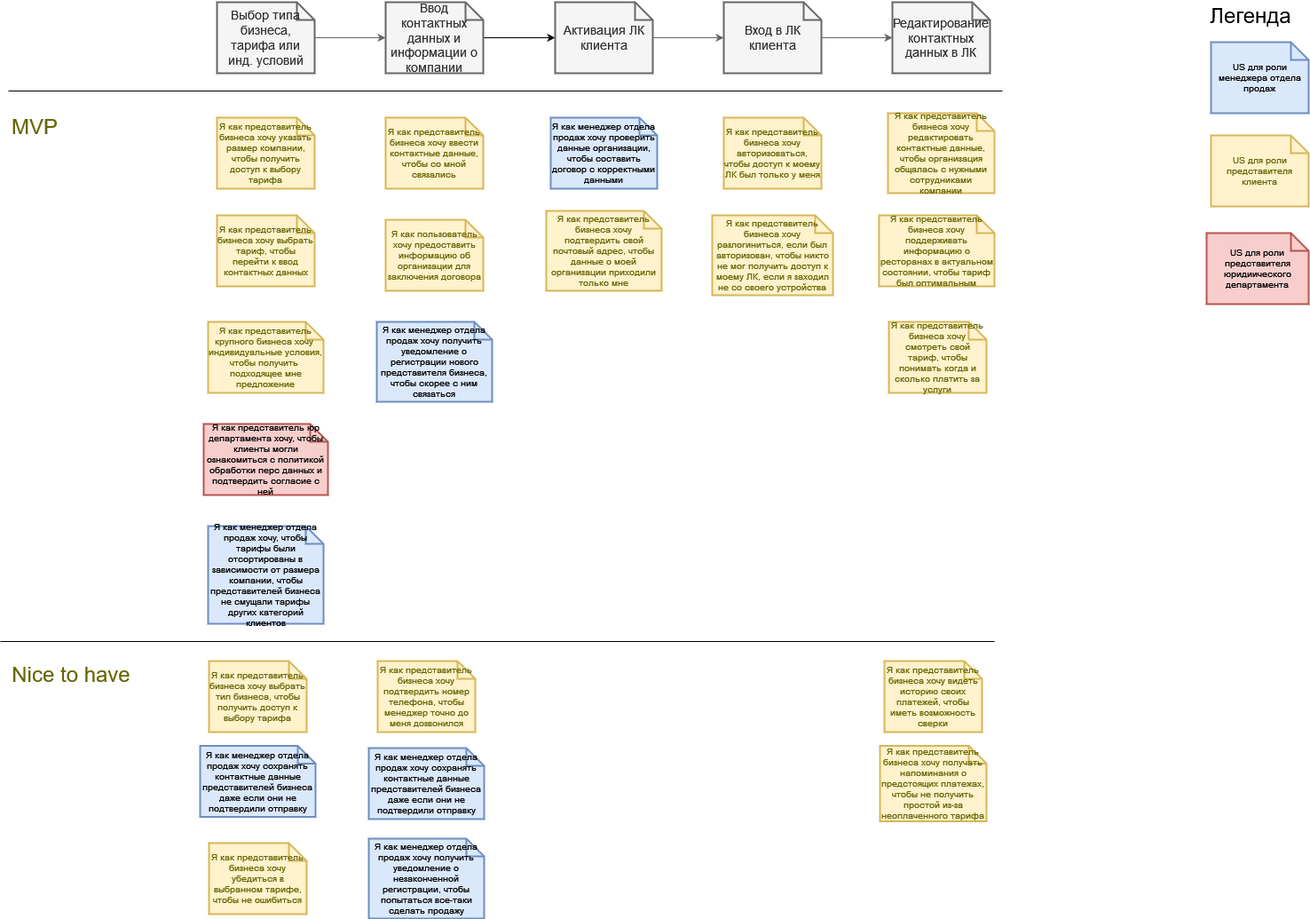
Before: img/us-registration.drawio.png, a diagram exported from draw.io (indeec05/course__final). Source tidied: cells renumbered, new cells last; positions are measured from the earlier drawing's top-left corner, leaving out a move shared by most shapes. Its diagram source:
```xml
<mxGraphModel>
  <root>
    <mxCell id="0" />
    <mxCell id="1" parent="0" />
    <mxCell id="2" style="edgeStyle=orthogonalEdgeStyle;rounded=0;jettySize=auto;html=1;fillColor=#f5f5f5;strokeColor=#666666;" parent="1" edge="1" source="3" target="5">
      <mxGeometry relative="1" as="geometry" />
    </mxCell>
    <mxCell id="3" value="Выбор типа бизнеса, тарифа или инд. условий" style="shape=note;strokeWidth=2;fontSize=14;size=20;whiteSpace=wrap;html=1;fillColor=#f5f5f5;fontColor=#333333;strokeColor=#666666;" parent="1" vertex="1">
      <mxGeometry x="244" width="110" height="80" as="geometry" />
    </mxCell>
    <mxCell id="4" style="edgeStyle=orthogonalEdgeStyle;rounded=0;jettySize=auto;html=1;entryX=0;entryY=0.5;entryDx=0;entryDy=0;entryPerimeter=0;" parent="1" edge="1" source="5" target="7">
      <mxGeometry relative="1" as="geometry" />
    </mxCell>
    <mxCell id="5" value="Ввод контактных данных и информации о компании" style="shape=note;strokeWidth=2;fontSize=14;size=20;whiteSpace=wrap;html=1;fillColor=#f5f5f5;fontColor=#333333;strokeColor=#666666;" parent="1" vertex="1">
      <mxGeometry x="434" width="110" height="80" as="geometry" />
    </mxCell>
    <mxCell id="6" style="edgeStyle=orthogonalEdgeStyle;rounded=0;jettySize=auto;html=1;fillColor=#f5f5f5;strokeColor=#666666;" parent="1" edge="1" source="7" target="9">
      <mxGeometry relative="1" as="geometry" />
    </mxCell>
    <mxCell id="7" value="Активация ЛК клиента" style="shape=note;strokeWidth=2;fontSize=14;size=20;whiteSpace=wrap;html=1;fillColor=#f5f5f5;fontColor=#333333;strokeColor=#666666;" parent="1" vertex="1">
      <mxGeometry x="625" width="110" height="80" as="geometry" />
    </mxCell>
    <mxCell id="8" style="edgeStyle=orthogonalEdgeStyle;rounded=0;jettySize=auto;html=1;fillColor=#f5f5f5;strokeColor=#666666;" parent="1" edge="1" source="9" target="10">
      <mxGeometry relative="1" as="geometry" />
    </mxCell>
    <mxCell id="9" value="Вход в ЛК клиента" style="shape=note;strokeWidth=2;fontSize=14;size=20;whiteSpace=wrap;html=1;fillColor=#f5f5f5;fontColor=#333333;strokeColor=#666666;" parent="1" vertex="1">
      <mxGeometry x="815" width="110" height="80" as="geometry" />
    </mxCell>
    <mxCell id="10" value="Редактирование контактных данных в ЛК" style="shape=note;strokeWidth=2;fontSize=14;size=20;whiteSpace=wrap;html=1;fillColor=#f5f5f5;fontColor=#333333;strokeColor=#666666;" parent="1" vertex="1">
      <mxGeometry x="1005" width="110" height="80" as="geometry" />
    </mxCell>
    <mxCell id="11" value="Я как представитель бизнеса хочу выбрать тип бизнеса, чтобы получить доступ к выбору тарифа" style="shape=note;strokeWidth=2;fontSize=10;size=20;whiteSpace=wrap;html=1;fillColor=#fff2cc;strokeColor=#d6b656;fontColor=#666600;" parent="1" vertex="1">
      <mxGeometry x="235" y="742" width="110" height="80" as="geometry" />
    </mxCell>
    <mxCell id="12" value="Я как представитель бизнеса хочу указать размер компании, чтобы получить доступ к выбору тарифа" style="shape=note;strokeWidth=2;fontSize=10;size=20;whiteSpace=wrap;fillColor=#fff2cc;strokeColor=#d6b656;fontColor=#666600;html=1;" parent="1" vertex="1">
      <mxGeometry x="244" y="130" width="110" height="80" as="geometry" />
    </mxCell>
    <mxCell id="13" value="Я как представитель крупного бизнеса хочу&amp;nbsp; индивидуальные условия, чтобы получить&amp;nbsp; подходящее мне предложение&lt;br style=&quot;font-size: 10px;&quot;&gt;" style="shape=note;strokeWidth=2;fontSize=10;size=20;fillColor=#fff2cc;strokeColor=#d6b656;fontColor=#666600;whiteSpace=wrap;html=1;" parent="1" vertex="1">
      <mxGeometry x="234" y="360" width="130" height="80" as="geometry" />
    </mxCell>
    <mxCell id="14" value="Я как представитель бизнеса хочу убедиться в выбранном тарифе, чтобы не ошибиться" style="shape=note;strokeWidth=2;fontSize=10;size=20;fillColor=#fff2cc;strokeColor=#d6b656;whiteSpace=wrap;html=1;fontColor=#666600;" parent="1" vertex="1">
      <mxGeometry x="235" y="947" width="110" height="80" as="geometry" />
    </mxCell>
    <mxCell id="15" value="Я как представитель бизнеса хочу ввести контактные данные, чтобы со мной связались" style="shape=note;strokeWidth=2;fontSize=10;size=20;whiteSpace=wrap;fillColor=#fff2cc;strokeColor=#d6b656;fontColor=#666600;html=1;" parent="1" vertex="1">
      <mxGeometry x="434" y="130" width="110" height="80" as="geometry" />
    </mxCell>
    <mxCell id="16" value="Я как представитель бизнеса хочу подтвердить номер телефона, чтобы менеджер точно до меня дозвонился" style="shape=note;strokeWidth=2;fontSize=10;size=20;fillColor=#fff2cc;strokeColor=#d6b656;whiteSpace=wrap;html=1;fontColor=#666600;" parent="1" vertex="1">
      <mxGeometry x="425" y="742" width="110" height="80" as="geometry" />
    </mxCell>
    <mxCell id="17" value="Я как пользователь хочу предоставить информацию об организации для заключения договора" style="shape=note;strokeWidth=2;fontSize=10;size=20;whiteSpace=wrap;fillColor=#fff2cc;strokeColor=#d6b656;fontColor=#666600;html=1;" parent="1" vertex="1">
      <mxGeometry x="434" y="245" width="110" height="80" as="geometry" />
    </mxCell>
    <mxCell id="18" value="Я как представитель бизнеса хочу подтвердить свой почтовый адрес, чтобы данные о моей организации приходили только мне" style="shape=note;strokeWidth=2;fontSize=10;size=20;whiteSpace=wrap;fillColor=#fff2cc;strokeColor=#d6b656;fontColor=#666600;html=1;" parent="1" vertex="1">
      <mxGeometry x="615" y="235" width="130" height="90" as="geometry" />
    </mxCell>
    <mxCell id="19" value="Я как представитель бизнеса хочу авторизоваться, чтобы доступ к моему ЛК был только у меня" style="shape=note;strokeWidth=2;fontSize=10;size=20;whiteSpace=wrap;fillColor=#fff2cc;strokeColor=#d6b656;fontColor=#666600;html=1;" parent="1" vertex="1">
      <mxGeometry x="815" y="130" width="110" height="80" as="geometry" />
    </mxCell>
    <mxCell id="20" value="Я как менеджер отдела продаж хочу сохранять контактные данные представителей бизнеса даже если они не подтвердили отправку" style="shape=note;strokeWidth=2;fontSize=10;size=20;fillColor=#dae8fc;strokeColor=#6c8ebf;whiteSpace=wrap;html=1;" parent="1" vertex="1">
      <mxGeometry x="415" y="840" width="130" height="80" as="geometry" />
    </mxCell>
    <mxCell id="21" value="Я как представитель бизнеса хочу редактировать контактные данные, чтобы организация общалась с нужными сотрудниками компании" style="shape=note;strokeWidth=2;fontSize=10;size=20;whiteSpace=wrap;fillColor=#fff2cc;strokeColor=#d6b656;fontColor=#666600;html=1;" parent="1" vertex="1">
      <mxGeometry x="1000" y="125" width="120" height="90" as="geometry" />
    </mxCell>
    <mxCell id="22" value="Я как менеджер отдела продаж хочу проверить данные организации, чтобы составить договор с корректными данными" style="shape=note;strokeWidth=2;fontSize=10;size=20;whiteSpace=wrap;fillColor=#dae8fc;strokeColor=#6c8ebf;html=1;" parent="1" vertex="1">
      <mxGeometry x="620" y="130" width="120" height="80" as="geometry" />
    </mxCell>
    <mxCell id="23" value="Я как представитель бизнеса хочу смотреть свой тариф, чтобы понимать когда и сколько платить за услуги" style="shape=note;strokeWidth=2;fontSize=10;size=20;whiteSpace=wrap;fillColor=#fff2cc;strokeColor=#d6b656;fontColor=#666600;html=1;" parent="1" vertex="1">
      <mxGeometry x="1001" y="360" width="110" height="80" as="geometry" />
    </mxCell>
    <mxCell id="24" value="Я как представитель бизнеса хочу поддерживать информацию о ресторанах в актуальном состоянии, чтобы тариф был оптимальным" style="shape=note;strokeWidth=2;fontSize=10;size=20;whiteSpace=wrap;fillColor=#fff2cc;strokeColor=#d6b656;fontColor=#666600;html=1;" parent="1" vertex="1">
      <mxGeometry x="990" y="240" width="130" height="80" as="geometry" />
    </mxCell>
    <mxCell id="25" value="Я как представитель бизнеса хочу видеть историю своих платежей, чтобы иметь возможность сверки" style="shape=note;strokeWidth=2;fontSize=10;size=20;whiteSpace=wrap;fillColor=#fff2cc;strokeColor=#d6b656;fontColor=#666600;html=1;" parent="1" vertex="1">
      <mxGeometry x="996" y="742" width="110" height="80" as="geometry" />
    </mxCell>
    <mxCell id="26" value="Я как представитель юр департамента хочу, чтобы клиенты могли ознакомиться с политикой обработки перс данных и подтвердить согласие с ней" style="shape=note;strokeWidth=2;fontSize=10;size=20;whiteSpace=wrap;html=1;fillColor=#f8cecc;strokeColor=#b85450;" parent="1" vertex="1">
      <mxGeometry x="229" y="475" width="140" height="80" as="geometry" />
    </mxCell>
    <mxCell id="27" value="Я как представитель бизнеса хочу выбрать тариф, чтобы перейти к ввод контактных данных" style="shape=note;strokeWidth=2;fontSize=10;size=20;whiteSpace=wrap;fillColor=#fff2cc;strokeColor=#d6b656;fontColor=#666600;html=1;" parent="1" vertex="1">
      <mxGeometry x="244" y="240" width="110" height="80" as="geometry" />
    </mxCell>
    <mxCell id="28" value="Я как менеджер отдела продаж хочу получить уведомление о регистрации нового представителя бизнеса, чтобы скорее с ним связаться" style="shape=note;strokeWidth=2;fontSize=10;size=20;fillColor=#dae8fc;strokeColor=#6c8ebf;whiteSpace=wrap;html=1;" parent="1" vertex="1">
      <mxGeometry x="424" y="360" width="130" height="90" as="geometry" />
    </mxCell>
    <mxCell id="29" value="Я как менеджер отдела продаж хочу получить уведомление о незаконченной регистрации, чтобы попытаться все-таки сделать продажу" style="shape=note;strokeWidth=2;fontSize=10;size=20;fillColor=#dae8fc;strokeColor=#6c8ebf;whiteSpace=wrap;html=1;" parent="1" vertex="1">
      <mxGeometry x="415" y="942" width="130" height="90" as="geometry" />
    </mxCell>
    <mxCell id="30" value="Я как представитель бизнеса хочу получать напоминания о предстоящих платежах, чтобы не получить простой из-за неоплаченного тарифа" style="shape=note;strokeWidth=2;fontSize=10;size=20;whiteSpace=wrap;fillColor=#fff2cc;strokeColor=#d6b656;fontColor=#666600;html=1;" parent="1" vertex="1">
      <mxGeometry x="991" y="837.5" width="120" height="85" as="geometry" />
    </mxCell>
    <mxCell id="31" value="MVP" style="text;html=1;strokeColor=none;fillColor=none;align=center;verticalAlign=middle;whiteSpace=wrap;rounded=0;fontColor=#666600;fontSize=24;" parent="1" vertex="1">
      <mxGeometry x="9" y="125" width="60" height="30" as="geometry" />
    </mxCell>
    <mxCell id="32" value="Nice to have" style="text;html=1;strokeColor=none;fillColor=none;align=center;verticalAlign=middle;whiteSpace=wrap;rounded=0;fontColor=#666600;fontSize=24;" parent="1" vertex="1">
      <mxGeometry y="742" width="160" height="30" as="geometry" />
    </mxCell>
    <mxCell id="33" style="endArrow=none;html=1;rounded=0;" parent="1" edge="1">
      <mxGeometry relative="1" as="geometry">
        <mxPoint x="9" y="100" as="sourcePoint" />
        <mxPoint x="1129" y="100" as="targetPoint" />
      </mxGeometry>
    </mxCell>
    <mxCell id="34" style="endArrow=none;html=1;rounded=0;" parent="1" edge="1">
      <mxGeometry relative="1" as="geometry">
        <mxPoint y="720" as="sourcePoint" />
        <mxPoint x="1120" y="720" as="targetPoint" />
      </mxGeometry>
    </mxCell>
    <mxCell id="35" value="Я как менеджер отдела продаж хочу сохранять контактные данные представителей бизнеса даже если они не подтвердили отправку" style="shape=note;strokeWidth=2;fontSize=10;size=20;fillColor=#dae8fc;strokeColor=#6c8ebf;whiteSpace=wrap;html=1;" parent="1" vertex="1">
      <mxGeometry x="225" y="837.5" width="130" height="80" as="geometry" />
    </mxCell>
    <mxCell id="36" value="Я как менеджер отдела продаж хочу, чтобы тарифы были отсортированы в зависимости от размера компании, чтобы представителей бизнеса не смущали тарифы других категорий клиентов" style="shape=note;strokeWidth=2;fontSize=10;size=20;fillColor=#dae8fc;strokeColor=#6c8ebf;whiteSpace=wrap;html=1;" parent="1" vertex="1">
      <mxGeometry x="234" y="590" width="130" height="110" as="geometry" />
    </mxCell>
    <mxCell id="37" value="Я как представитель бизнеса хочу разлогиниться, если был авторизован, чтобы никто не мог получить доступ к моему ЛК, если я заходил не со своего устройства" style="shape=note;strokeWidth=2;fontSize=10;size=20;whiteSpace=wrap;fillColor=#fff2cc;strokeColor=#d6b656;fontColor=#666600;html=1;" parent="1" vertex="1">
      <mxGeometry x="802" y="240" width="136" height="90" as="geometry" />
    </mxCell>
    <mxCell id="38" value="US для роли менеджера отдела продаж" style="shape=note;strokeWidth=2;fontSize=10;size=20;whiteSpace=wrap;fillColor=#dae8fc;strokeColor=#6c8ebf;html=1;" parent="1" vertex="1">
      <mxGeometry x="1364" y="45" width="110" height="80" as="geometry" />
    </mxCell>
    <mxCell id="39" value="Легенда" style="text;html=1;strokeColor=none;fillColor=none;align=center;verticalAlign=middle;whiteSpace=wrap;rounded=0;fontSize=24;" parent="1" vertex="1">
      <mxGeometry x="1379" width="60" height="30" as="geometry" />
    </mxCell>
    <mxCell id="40" value="US для роли представителя клиента" style="shape=note;strokeWidth=2;fontSize=10;size=20;whiteSpace=wrap;fillColor=#fff2cc;strokeColor=#d6b656;fontColor=#666600;html=1;" parent="1" vertex="1">
      <mxGeometry x="1364" y="150" width="110" height="80" as="geometry" />
    </mxCell>
    <mxCell id="41" value="US для роли представителя юридиического департамента" style="shape=note;strokeWidth=2;fontSize=10;size=20;whiteSpace=wrap;html=1;fillColor=#f8cecc;strokeColor=#b85450;" parent="1" vertex="1">
      <mxGeometry x="1359" y="260" width="115" height="80" as="geometry" />
    </mxCell>
  </root>
</mxGraphModel>
```
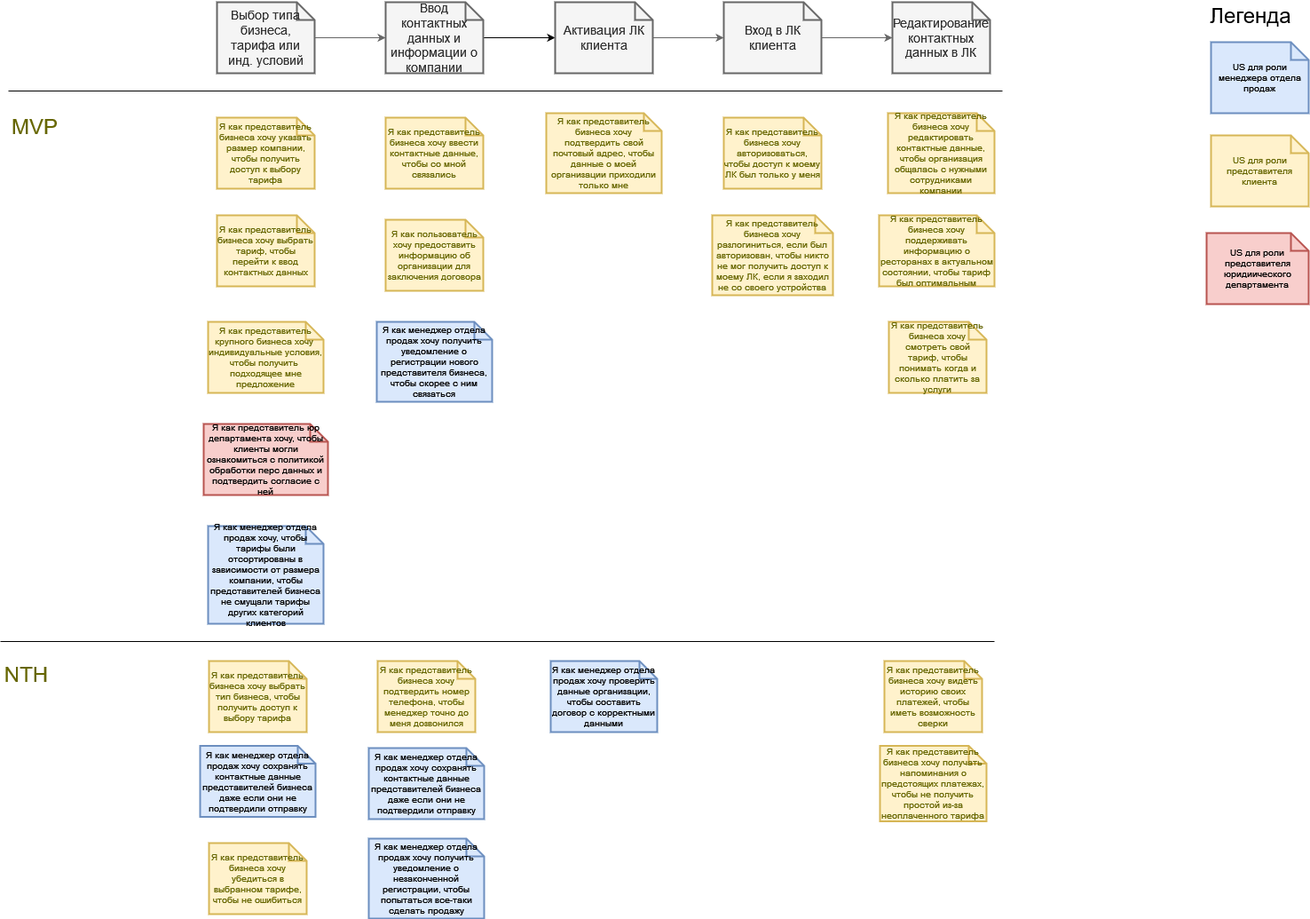
Above is the later version.

Change to the diagram source:
```diff
@@ -51,7 +51,7 @@
       <mxGeometry x="434" y="245" width="110" height="80" as="geometry" />
     </mxCell>
     <mxCell id="18" value="Я как представитель бизнеса хочу подтвердить свой почтовый адрес, чтобы данные о моей организации приходили только мне" style="shape=note;strokeWidth=2;fontSize=10;size=20;whiteSpace=wrap;fillColor=#fff2cc;strokeColor=#d6b656;fontColor=#666600;html=1;" parent="1" vertex="1">
-      <mxGeometry x="615" y="235" width="130" height="90" as="geometry" />
+      <mxGeometry x="615" y="125" width="130" height="90" as="geometry" />
     </mxCell>
     <mxCell id="19" value="Я как представитель бизнеса хочу авторизоваться, чтобы доступ к моему ЛК был только у меня" style="shape=note;strokeWidth=2;fontSize=10;size=20;whiteSpace=wrap;fillColor=#fff2cc;strokeColor=#d6b656;fontColor=#666600;html=1;" parent="1" vertex="1">
       <mxGeometry x="815" y="130" width="110" height="80" as="geometry" />
@@ -63,7 +63,7 @@
       <mxGeometry x="1000" y="125" width="120" height="90" as="geometry" />
     </mxCell>
     <mxCell id="22" value="Я как менеджер отдела продаж хочу проверить данные организации, чтобы составить договор с корректными данными" style="shape=note;strokeWidth=2;fontSize=10;size=20;whiteSpace=wrap;fillColor=#dae8fc;strokeColor=#6c8ebf;html=1;" parent="1" vertex="1">
-      <mxGeometry x="620" y="130" width="120" height="80" as="geometry" />
+      <mxGeometry x="620" y="742" width="120" height="80" as="geometry" />
     </mxCell>
     <mxCell id="23" value="Я как представитель бизнеса хочу смотреть свой тариф, чтобы понимать когда и сколько платить за услуги" style="shape=note;strokeWidth=2;fontSize=10;size=20;whiteSpace=wrap;fillColor=#fff2cc;strokeColor=#d6b656;fontColor=#666600;html=1;" parent="1" vertex="1">
       <mxGeometry x="1001" y="360" width="110" height="80" as="geometry" />
@@ -92,8 +92,8 @@
     <mxCell id="31" value="MVP" style="text;html=1;strokeColor=none;fillColor=none;align=center;verticalAlign=middle;whiteSpace=wrap;rounded=0;fontColor=#666600;fontSize=24;" parent="1" vertex="1">
       <mxGeometry x="9" y="125" width="60" height="30" as="geometry" />
     </mxCell>
-    <mxCell id="32" value="Nice to have" style="text;html=1;strokeColor=none;fillColor=none;align=center;verticalAlign=middle;whiteSpace=wrap;rounded=0;fontColor=#666600;fontSize=24;" parent="1" vertex="1">
-      <mxGeometry y="742" width="160" height="30" as="geometry" />
+    <mxCell id="32" value="NTH" style="text;html=1;strokeColor=none;fillColor=none;align=center;verticalAlign=middle;whiteSpace=wrap;rounded=0;fontColor=#666600;fontSize=24;" parent="1" vertex="1">
+      <mxGeometry y="742" width="59" height="30" as="geometry" />
     </mxCell>
     <mxCell id="33" style="endArrow=none;html=1;rounded=0;" parent="1" edge="1">
       <mxGeometry relative="1" as="geometry">
```
